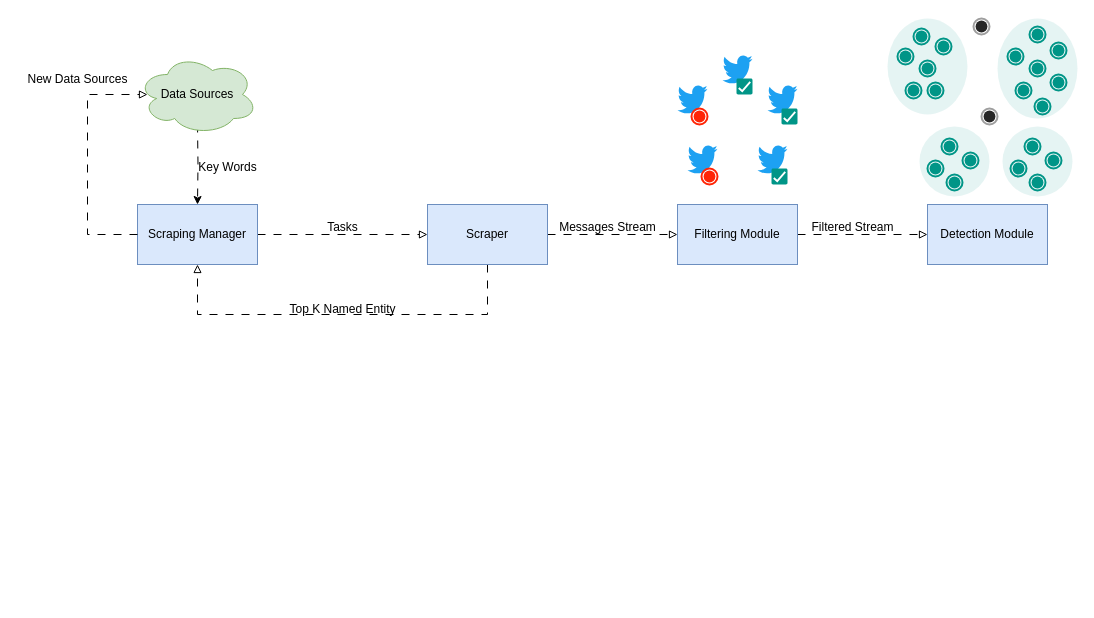
The draw.io diagram page "Page-14" (9 of 11) of Methodology/methodology.drawio in HasanKhadd0ur/GPDocs, before the edit. Source tidied: cells renumbered, new cells numbered last; positions are measured from the earlier drawing's top-left corner, leaving out a move shared by most shapes. Both pictures are drawn from the tidied source at 100%, with x=0, y=0 at pixel (17, 18).
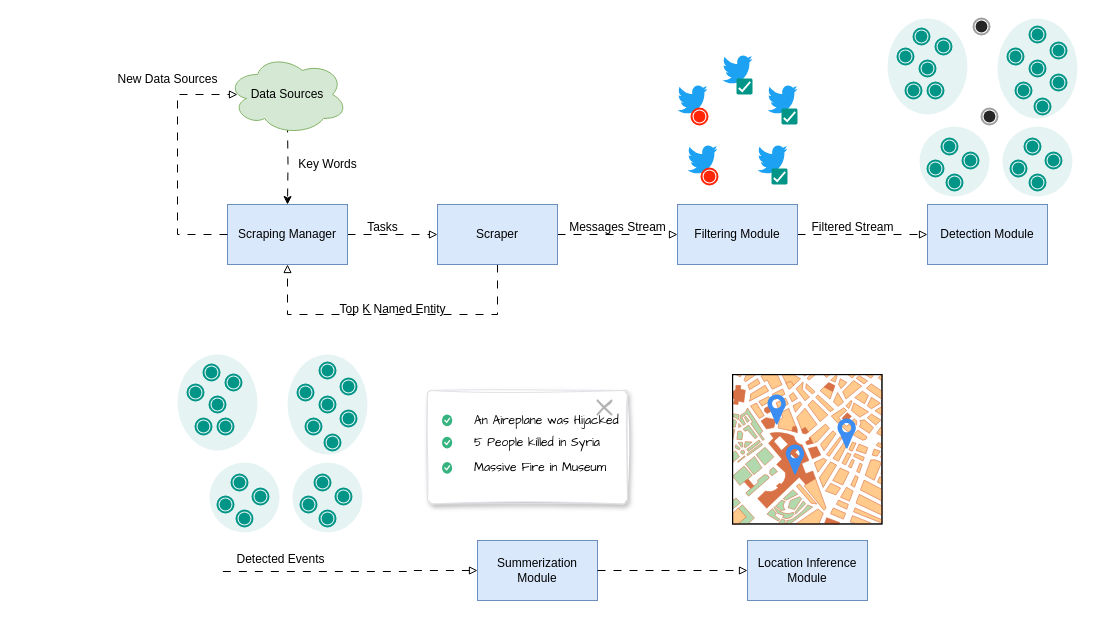
The same diagram, later.

Change to the diagram source:
```diff
@@
     <mxCell id="3" value="Scraping Manager" style="rounded=0;whiteSpace=wrap;html=1;fillColor=#dae8fc;strokeColor=#6c8ebf;" parent="1" vertex="1">
-      <mxGeometry x="120" y="186" width="120" height="60" as="geometry" />
+      <mxGeometry x="210" y="186" width="120" height="60" as="geometry" />
     </mxCell>
     <mxCell id="4" style="edgeStyle=orthogonalEdgeStyle;rounded=0;jettySize=auto;html=1;exitX=0.5;exitY=1;exitDx=0;exitDy=0;entryX=0.5;entryY=0;entryDx=0;entryDy=0;dashed=1;dashPattern=8 8;" parent="1" edge="1" target="3">
       <mxGeometry relative="1" as="geometry">
-        <mxPoint x="180" y="106" as="sourcePoint" />
+        <mxPoint x="270" y="106" as="sourcePoint" />
       </mxGeometry>
     </mxCell>
@@
-    <mxCell id="6" style="edgeStyle=orthogonalEdgeStyle;rounded=0;jettySize=auto;html=1;endArrow=block;endFill=0;dashed=1;dashPattern=8 8;entryX=0.5;entryY=1;entryDx=0;entryDy=0;" parent="1" edge="1" source="7" target="3">
+    <mxCell id="6" style="edgeStyle=orthogonalEdgeStyle;rounded=0;jettySize=auto;html=1;endArrow=block;endFill=0;dashed=1;dashPattern=8 8;" parent="1" edge="1" source="7" target="3">
       <mxGeometry relative="1" as="geometry">
         <Array as="points">
-          <mxPoint x="470" y="296" />
-          <mxPoint x="180" y="296" />
+          <mxPoint x="480" y="296" />
+          <mxPoint x="270" y="296" />
         </Array>
       </mxGeometry>
     </mxCell>
     <mxCell id="7" value="Scraper" style="rounded=0;whiteSpace=wrap;html=1;fillColor=#dae8fc;strokeColor=#6c8ebf;" parent="1" vertex="1">
-      <mxGeometry x="410" y="186" width="120" height="60" as="geometry" />
+      <mxGeometry x="420" y="186" width="120" height="60" as="geometry" />
     </mxCell>
     <mxCell id="8" value="Tasks" style="text;html=1;align=center;verticalAlign=middle;strokeColor=none;fillColor=none;" parent="1" vertex="1">
-      <mxGeometry x="300" y="194" width="50" height="30" as="geometry" />
+      <mxGeometry x="340" y="194" width="50" height="30" as="geometry" />
     </mxCell>
@@
     <mxCell id="11" value="Top K Named Entity" style="text;html=1;align=center;verticalAlign=middle;strokeColor=none;fillColor=none;" parent="1" vertex="1">
-      <mxGeometry x="260" y="276" width="130" height="30" as="geometry" />
+      <mxGeometry x="310" y="276" width="130" height="30" as="geometry" />
     </mxCell>
     <mxCell id="12" style="edgeStyle=orthogonalEdgeStyle;rounded=0;jettySize=auto;html=1;dashed=1;dashPattern=8 8;exitX=0;exitY=0.5;exitDx=0;exitDy=0;endArrow=block;endFill=0;" parent="1" edge="1" source="3">
       <mxGeometry relative="1" as="geometry">
-        <mxPoint x="130" y="76" as="targetPoint" />
+        <mxPoint x="220" y="76" as="targetPoint" />
         <Array as="points">
-          <mxPoint x="70" y="216" />
-          <mxPoint x="70" y="76" />
+          <mxPoint x="160" y="216" />
+          <mxPoint x="160" y="76" />
         </Array>
       </mxGeometry>
     </mxCell>
     <mxCell id="13" value="New Data Sources" style="text;html=1;align=center;verticalAlign=middle;strokeColor=none;fillColor=none;" parent="1" vertex="1">
-      <mxGeometry y="46" width="120" height="30" as="geometry" />
+      <mxGeometry x="90" y="46" width="120" height="30" as="geometry" />
     </mxCell>
     <mxCell id="14" value="Data Sources" style="ellipse;shape=cloud;whiteSpace=wrap;html=1;fillColor=#d5e8d4;strokeColor=#82b366;" parent="1" vertex="1">
-      <mxGeometry x="120" y="36" width="120" height="80" as="geometry" />
+      <mxGeometry x="210" y="36" width="120" height="80" as="geometry" />
     </mxCell>
     <mxCell id="15" value="Key Words" style="text;html=1;align=center;verticalAlign=middle;strokeColor=none;fillColor=none;" parent="1" vertex="1">
-      <mxGeometry x="170" y="134" width="80" height="30" as="geometry" />
+      <mxGeometry x="270" y="131" width="80" height="30" as="geometry" />
     </mxCell>
     <mxCell id="16" value="Messages Stream" style="text;html=1;align=center;verticalAlign=middle;strokeColor=none;fillColor=none;" parent="1" vertex="1">
-      <mxGeometry x="530" y="194" width="120" height="30" as="geometry" />
+      <mxGeometry x="540" y="194" width="120" height="30" as="geometry" />
     </mxCell>
@@
+    <mxCell id="61" style="edgeStyle=orthogonalEdgeStyle;rounded=0;jettySize=auto;html=1;exitX=-0.024;exitY=0.9;exitDx=0;exitDy=0;endArrow=block;endFill=0;dashed=1;dashPattern=8 8;exitPerimeter=0;" parent="1" edge="1" source="63" target="62">
+      <mxGeometry relative="1" as="geometry" />
+    </mxCell>
+    <mxCell id="62" value="Summerization Module" style="rounded=0;whiteSpace=wrap;html=1;fillColor=#dae8fc;strokeColor=#6c8ebf;" parent="1" vertex="1">
+      <mxGeometry x="460" y="522" width="120" height="60" as="geometry" />
+    </mxCell>
+    <mxCell id="63" value="Detected Events" style="text;html=1;align=center;verticalAlign=middle;points=[];strokeColor=none;fillColor=none;" parent="1" vertex="1">
+      <mxGeometry x="208" y="526" width="110" height="30" as="geometry" />
+    </mxCell>
+    <mxCell id="64" style="shape=ellipse;labelPosition=right;align=left;strokeColor=none;fillColor=#009587;opacity=10;sketch=0;html=1;" parent="1" vertex="1">
+      <mxGeometry x="270" y="336" width="80" height="100" as="geometry" />
+    </mxCell>
+    <mxCell id="65" style="dashed=0;labelPosition=right;align=left;shape=mxgraph.gmdl.radiobutton;strokeColor=#009587;fillColor=#009587;strokeWidth=2;sketch=0;html=1;" parent="1" vertex="1">
+      <mxGeometry x="323" y="360" width="16" height="16" as="geometry" />
+    </mxCell>
+    <mxCell id="66" style="dashed=0;labelPosition=right;align=left;shape=mxgraph.gmdl.radiobutton;strokeColor=#009587;fillColor=#009587;strokeWidth=2;sketch=0;html=1;" parent="1" vertex="1">
+      <mxGeometry x="323" y="392" width="16" height="16" as="geometry" />
+    </mxCell>
+    <mxCell id="67" style="dashed=0;labelPosition=right;align=left;shape=mxgraph.gmdl.radiobutton;strokeColor=#009587;fillColor=#009587;strokeWidth=2;sketch=0;html=1;" parent="1" vertex="1">
+      <mxGeometry x="307" y="416" width="16" height="16" as="geometry" />
+    </mxCell>
+    <mxCell id="68" style="dashed=0;labelPosition=right;align=left;shape=mxgraph.gmdl.radiobutton;strokeColor=#009587;fillColor=#009587;strokeWidth=2;sketch=0;html=1;" parent="1" vertex="1">
+      <mxGeometry x="288" y="400" width="16" height="16" as="geometry" />
+    </mxCell>
+    <mxCell id="69" style="dashed=0;labelPosition=right;align=left;shape=mxgraph.gmdl.radiobutton;strokeColor=#009587;fillColor=#009587;strokeWidth=2;sketch=0;html=1;" parent="1" vertex="1">
+      <mxGeometry x="280" y="366" width="16" height="16" as="geometry" />
+    </mxCell>
+    <mxCell id="70" style="dashed=0;labelPosition=right;align=left;shape=mxgraph.gmdl.radiobutton;strokeColor=#009587;fillColor=#009587;strokeWidth=2;sketch=0;html=1;" parent="1" vertex="1">
+      <mxGeometry x="302" y="378" width="16" height="16" as="geometry" />
+    </mxCell>
+    <mxCell id="71" style="dashed=0;labelPosition=right;align=left;shape=mxgraph.gmdl.radiobutton;strokeColor=#009587;fillColor=#009587;strokeWidth=2;sketch=0;html=1;" parent="1" vertex="1">
+      <mxGeometry x="302" y="344" width="16" height="16" as="geometry" />
+    </mxCell>
+    <mxCell id="72" style="shape=ellipse;labelPosition=right;align=left;strokeColor=none;fillColor=#009587;opacity=10;sketch=0;html=1;" parent="1" vertex="1">
+      <mxGeometry x="160" y="336" width="80" height="96" as="geometry" />
+    </mxCell>
+    <mxCell id="73" style="dashed=0;labelPosition=right;align=left;shape=mxgraph.gmdl.radiobutton;strokeColor=#009587;fillColor=#009587;strokeWidth=2;sketch=0;html=1;" parent="1" vertex="1">
+      <mxGeometry x="186" y="346" width="16" height="16" as="geometry" />
+    </mxCell>
+    <mxCell id="74" style="dashed=0;labelPosition=right;align=left;shape=mxgraph.gmdl.radiobutton;strokeColor=#009587;fillColor=#009587;strokeWidth=2;sketch=0;html=1;" parent="1" vertex="1">
+      <mxGeometry x="208" y="356" width="16" height="16" as="geometry" />
+    </mxCell>
+    <mxCell id="75" style="dashed=0;labelPosition=right;align=left;shape=mxgraph.gmdl.radiobutton;strokeColor=#009587;fillColor=#009587;strokeWidth=2;sketch=0;html=1;" parent="1" vertex="1">
+      <mxGeometry x="200" y="400" width="16" height="16" as="geometry" />
+    </mxCell>
+    <mxCell id="76" style="dashed=0;labelPosition=right;align=left;shape=mxgraph.gmdl.radiobutton;strokeColor=#009587;fillColor=#009587;strokeWidth=2;sketch=0;html=1;" parent="1" vertex="1">
+      <mxGeometry x="178" y="400" width="16" height="16" as="geometry" />
+    </mxCell>
+    <mxCell id="77" style="dashed=0;labelPosition=right;align=left;shape=mxgraph.gmdl.radiobutton;strokeColor=#009587;fillColor=#009587;strokeWidth=2;sketch=0;html=1;" parent="1" vertex="1">
+      <mxGeometry x="170" y="366" width="16" height="16" as="geometry" />
+    </mxCell>
+    <mxCell id="78" style="dashed=0;labelPosition=right;align=left;shape=mxgraph.gmdl.radiobutton;strokeColor=#009587;fillColor=#009587;strokeWidth=2;sketch=0;html=1;" parent="1" vertex="1">
+      <mxGeometry x="192" y="378" width="16" height="16" as="geometry" />
+    </mxCell>
+    <mxCell id="79" style="shape=ellipse;labelPosition=right;align=left;strokeColor=none;fillColor=#009587;opacity=10;sketch=0;html=1;" parent="1" vertex="1">
+      <mxGeometry x="192" y="444" width="70" height="70" as="geometry" />
+    </mxCell>
+    <mxCell id="80" style="dashed=0;labelPosition=right;align=left;shape=mxgraph.gmdl.radiobutton;strokeColor=#009587;fillColor=#009587;strokeWidth=2;sketch=0;html=1;" parent="1" vertex="1">
+      <mxGeometry x="235" y="470" width="16" height="16" as="geometry" />
+    </mxCell>
+    <mxCell id="81" style="dashed=0;labelPosition=right;align=left;shape=mxgraph.gmdl.radiobutton;strokeColor=#009587;fillColor=#009587;strokeWidth=2;sketch=0;html=1;" parent="1" vertex="1">
+      <mxGeometry x="200" y="478" width="16" height="16" as="geometry" />
+    </mxCell>
+    <mxCell id="82" style="dashed=0;labelPosition=right;align=left;shape=mxgraph.gmdl.radiobutton;strokeColor=#009587;fillColor=#009587;strokeWidth=2;sketch=0;html=1;" parent="1" vertex="1">
+      <mxGeometry x="219" y="492" width="16" height="16" as="geometry" />
+    </mxCell>
+    <mxCell id="83" style="dashed=0;labelPosition=right;align=left;shape=mxgraph.gmdl.radiobutton;strokeColor=#009587;fillColor=#009587;strokeWidth=2;sketch=0;html=1;" parent="1" vertex="1">
+      <mxGeometry x="214" y="456" width="16" height="16" as="geometry" />
+    </mxCell>
+    <mxCell id="84" style="shape=ellipse;labelPosition=right;align=left;strokeColor=none;fillColor=#009587;opacity=10;sketch=0;html=1;" parent="1" vertex="1">
+      <mxGeometry x="275" y="444" width="70" height="70" as="geometry" />
+    </mxCell>
+    <mxCell id="85" style="dashed=0;labelPosition=right;align=left;shape=mxgraph.gmdl.radiobutton;strokeColor=#009587;fillColor=#009587;strokeWidth=2;sketch=0;html=1;" parent="1" vertex="1">
+      <mxGeometry x="318" y="470" width="16" height="16" as="geometry" />
+    </mxCell>
+    <mxCell id="86" style="dashed=0;labelPosition=right;align=left;shape=mxgraph.gmdl.radiobutton;strokeColor=#009587;fillColor=#009587;strokeWidth=2;sketch=0;html=1;" parent="1" vertex="1">
+      <mxGeometry x="283" y="478" width="16" height="16" as="geometry" />
+    </mxCell>
+    <mxCell id="87" style="dashed=0;labelPosition=right;align=left;shape=mxgraph.gmdl.radiobutton;strokeColor=#009587;fillColor=#009587;strokeWidth=2;sketch=0;html=1;" parent="1" vertex="1">
+      <mxGeometry x="302" y="492" width="16" height="16" as="geometry" />
+    </mxCell>
+    <mxCell id="88" style="dashed=0;labelPosition=right;align=left;shape=mxgraph.gmdl.radiobutton;strokeColor=#009587;fillColor=#009587;strokeWidth=2;sketch=0;html=1;" parent="1" vertex="1">
+      <mxGeometry x="297" y="456" width="16" height="16" as="geometry" />
+    </mxCell>
+    <mxCell id="89" style="rounded=1;fillColor=#ffffff;strokeColor=#DFE1E5;shadow=1;html=1;arcSize=4;sketch=1;hachureGap=4;fontFamily=Architects Daughter;fontSize=20;" parent="1" vertex="1">
+      <mxGeometry x="410" y="372" width="200" height="113.5" as="geometry" />
+    </mxCell>
+    <mxCell id="90" style="html=1;shadow=0;dashed=0;shape=mxgraph.atlassian.x;strokeColor=#B3B3B3;strokeWidth=2;sketch=1;hachureGap=4;fontFamily=Architects Daughter;fontSize=20;" parent="89" vertex="1">
+      <mxGeometry x="1" width="14" height="14" relative="1" as="geometry">
+        <mxPoint x="-30" y="10" as="offset" />
+      </mxGeometry>
+    </mxCell>
+    <mxCell id="91" value="&lt;span style=&quot;font-size: 12px;&quot;&gt;5 People killed in Syria&lt;/span&gt;" style="html=1;shadow=0;dashed=0;shape=mxgraph.atlassian.checkbox;fillColor=#36B37E;strokeColor=none;html=1;fontSize=14;fontStyle=0;labelPosition=right;align=left;spacingLeft=20;sketch=0;hachureGap=4;fontFamily=Architects Daughter;" parent="89" vertex="1">
+      <mxGeometry x="14.5" y="46.2" width="10.2" height="11.8" as="geometry" />
+    </mxCell>
+    <mxCell id="92" value="&lt;font style=&quot;font-size: 12px;&quot;&gt;Massive Fire in Museum&lt;/font&gt;" style="html=1;shadow=0;dashed=0;shape=mxgraph.atlassian.checkbox;fillColor=#36B37E;strokeColor=none;html=1;fontSize=14;fontStyle=0;labelPosition=right;align=left;spacingLeft=20;sketch=0;hachureGap=4;fontFamily=Architects Daughter;" parent="89" vertex="1">
+      <mxGeometry x="14.5" y="71.5" width="10.2" height="11.8" as="geometry" />
+    </mxCell>
+    <mxCell id="93" value="&lt;span style=&quot;font-size: 12px;&quot;&gt;An Aireplane was Hijacked&lt;/span&gt;" style="html=1;shadow=0;dashed=0;shape=mxgraph.atlassian.checkbox;fillColor=#36B37E;strokeColor=none;html=1;fontSize=14;fontStyle=0;labelPosition=right;align=left;spacingLeft=20;sketch=0;hachureGap=4;fontFamily=Architects Daughter;" parent="89" vertex="1">
+      <mxGeometry x="14.5" y="24" width="10.2" height="11.8" as="geometry" />
+    </mxCell>
+    <mxCell id="94" value="Location Inference Module" style="rounded=0;whiteSpace=wrap;html=1;fillColor=#dae8fc;strokeColor=#6c8ebf;" parent="1" vertex="1">
+      <mxGeometry x="730" y="522" width="120" height="60" as="geometry" />
+    </mxCell>
+    <mxCell id="95" style="edgeStyle=orthogonalEdgeStyle;rounded=0;jettySize=auto;html=1;endArrow=block;endFill=0;dashed=1;dashPattern=8 8;" parent="1" edge="1" source="62" target="94">
+      <mxGeometry relative="1" as="geometry" />
+    </mxCell>
+    <mxCell id="96" style="verticalLabelPosition=bottom;shadow=0;dashed=0;align=center;html=1;verticalAlign=top;strokeWidth=1;shape=mxgraph.mockup.misc.map;" parent="1" vertex="1">
+      <mxGeometry x="715" y="356" width="150" height="150" as="geometry" />
+    </mxCell>
+    <mxCell id="97" style="sketch=0;html=1;strokeColor=none;shadow=0;fillColor=#3B8DF1;verticalAlign=top;labelPosition=center;verticalLabelPosition=bottom;shape=mxgraph.gcp2.maps_api;" parent="1" vertex="1">
+      <mxGeometry x="750" y="376" width="18.3" height="30" as="geometry" />
+    </mxCell>
+    <mxCell id="98" style="sketch=0;html=1;strokeColor=none;shadow=0;fillColor=#3B8DF1;verticalAlign=top;labelPosition=center;verticalLabelPosition=bottom;shape=mxgraph.gcp2.maps_api;" parent="1" vertex="1">
+      <mxGeometry x="820" y="400" width="18.3" height="30" as="geometry" />
+    </mxCell>
+    <mxCell id="99" style="sketch=0;html=1;strokeColor=none;shadow=0;fillColor=#3B8DF1;verticalAlign=top;labelPosition=center;verticalLabelPosition=bottom;shape=mxgraph.gcp2.maps_api;" parent="1" vertex="1">
+      <mxGeometry x="768.3" y="426" width="18.3" height="30" as="geometry" />
+    </mxCell>
```
